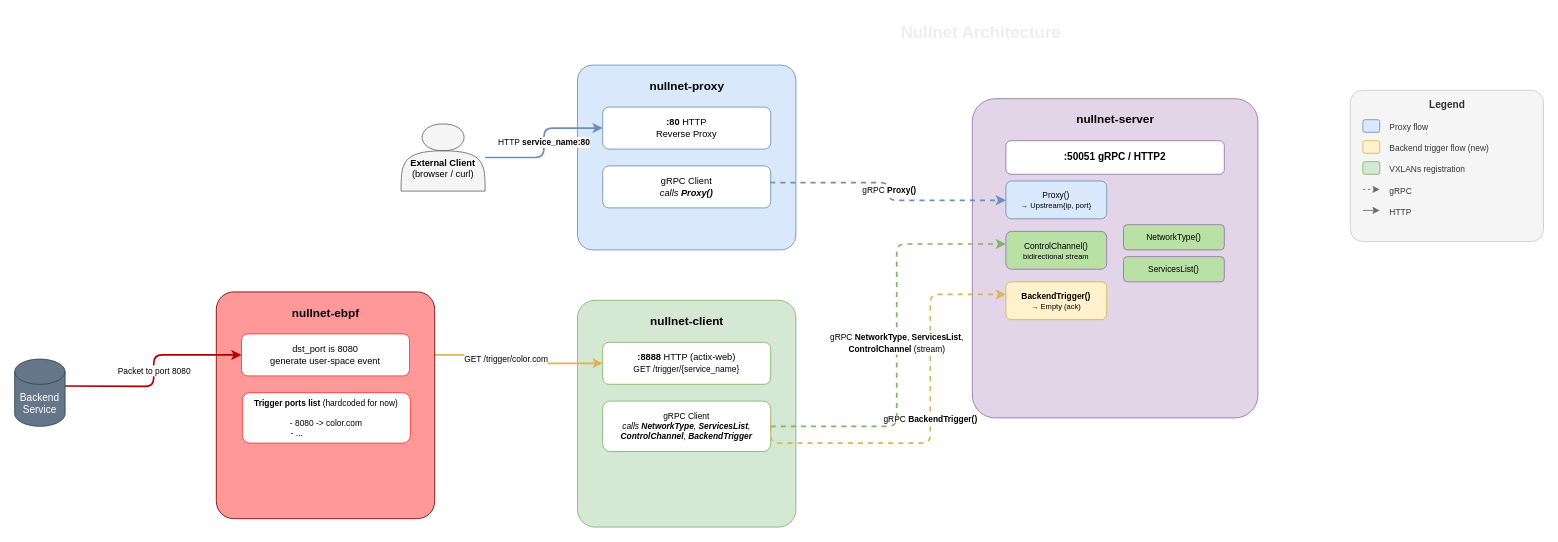
Earlier version of the draw.io diagram architecture.drawio (GyulyVGC/nullnet-grpc). Source tidied: cells renumbered, new cells numbered last; positions are measured from the earlier drawing's top-left corner, leaving out a move shared by most shapes. Both pictures are drawn from the tidied source at 84%, with x=0, y=0 at pixel (14, 14).
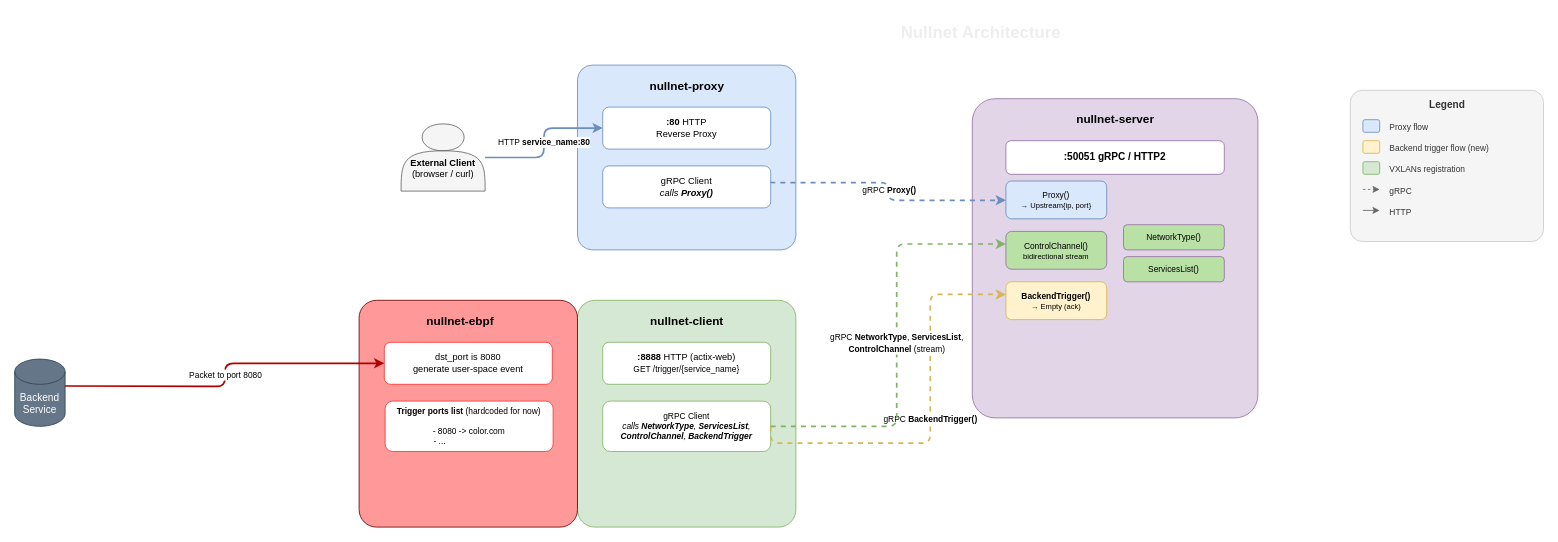
The same page after the edit.

The change refers to these unchanged cells:
```xml
<mxCell id="10" value="&lt;b&gt;:8888&lt;/b&gt; HTTP (actix-web)&lt;br&gt;&lt;font style=&quot;font-size:10px&quot;&gt;GET /trigger/{service_name}&lt;/font&gt;" style="rounded=1;whiteSpace=wrap;html=1;fillColor=#FFFFFF;strokeColor=#82B366;fontSize=11;fontColor=#000000;" parent="1" vertex="1">
  <mxGeometry x="700" y="390" width="200" height="50" as="geometry" />
</mxCell>
```

What changed in the source:
```diff
@@
-    <mxCell id="21" value="&lt;font style=&quot;font-size:10px&quot;&gt;GET /trigger/color.com&lt;/font&gt;" style="edgeStyle=orthogonalEdgeStyle;rounded=1;jettySize=auto;html=1;strokeColor=#D6B656;strokeWidth=2;fontColor=#000000;labelBackgroundColor=#FFFFFF;exitX=1;exitY=0.5;exitDx=0;exitDy=0;" parent="1" edge="1" source="39" target="10">
-      <mxGeometry relative="1" as="geometry" />
-    </mxCell>
@@
     <mxCell id="37" style="rounded=1;whiteSpace=wrap;html=1;fillColor=#FF9999;strokeColor=#6F0000;arcSize=8;fontColor=#ffffff;" parent="1" vertex="1">
-      <mxGeometry x="240" y="330" width="260" height="270" as="geometry" />
+      <mxGeometry x="410" y="340" width="260" height="270" as="geometry" />
     </mxCell>
     <mxCell id="38" value="&lt;b&gt;nullnet-ebpf&lt;/b&gt;" style="text;html=1;align=center;verticalAlign=top;fontSize=14;fontColor=#000000;fontStyle=1;" parent="1" vertex="1">
-      <mxGeometry x="300" y="340" width="140" height="30" as="geometry" />
+      <mxGeometry x="460" y="350" width="140" height="30" as="geometry" />
     </mxCell>
     <mxCell id="39" value="dst_port is 8080&lt;div&gt;generate user-space event&lt;/div&gt;" style="rounded=1;whiteSpace=wrap;html=1;fillColor=#FFFFFF;strokeColor=#FF3333;fontSize=11;fontColor=#000000;" parent="1" vertex="1">
-      <mxGeometry x="270" y="380" width="200" height="50" as="geometry" />
+      <mxGeometry x="440" y="390" width="200" height="50" as="geometry" />
     </mxCell>
     <mxCell id="40" value="&lt;b&gt;Trigger ports list &lt;/b&gt;(hardcoded for now)&lt;div&gt;&lt;b&gt;&lt;br&gt;&lt;/b&gt;&lt;div&gt;- 8080 -&amp;gt; color.com&lt;/div&gt;&lt;div&gt;- ...&amp;nbsp; &amp;nbsp; &amp;nbsp; &amp;nbsp; &amp;nbsp; &amp;nbsp; &amp;nbsp; &amp;nbsp; &amp;nbsp; &amp;nbsp; &amp;nbsp; &amp;nbsp; &amp;nbsp;&lt;/div&gt;&lt;/div&gt;" style="rounded=1;whiteSpace=wrap;html=1;fillColor=#FFFFFF;strokeColor=#FF3333;fontSize=10;fontColor=#000000;" parent="1" vertex="1">
-      <mxGeometry x="271" y="450" width="200" height="60" as="geometry" />
+      <mxGeometry x="441" y="460" width="200" height="60" as="geometry" />
     </mxCell>
```
